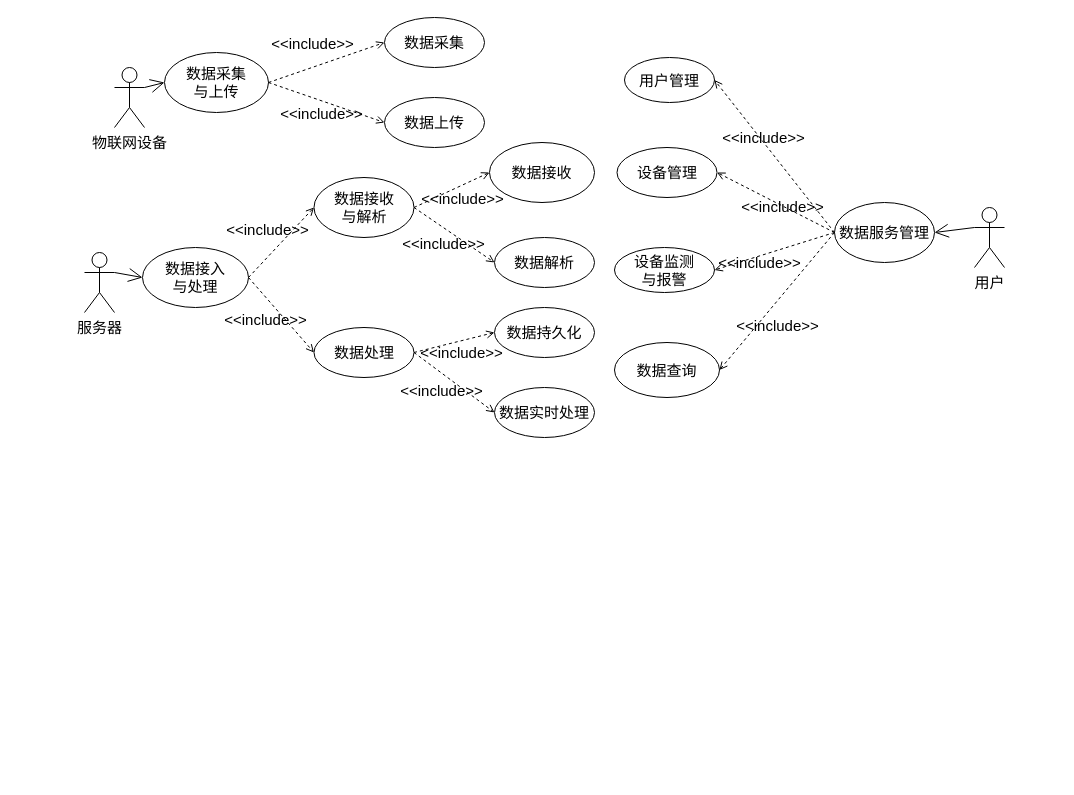
This is 总用例图2.drawio from zhaoning999/notes, a draw.io file, before an edit. Source tidied: cells renumbered, new cells numbered last; positions are measured from the earlier drawing's top-left corner, leaving out a move shared by most shapes. Both pictures are drawn from the tidied source at 100%, with x=0, y=0 at pixel (84, 17).
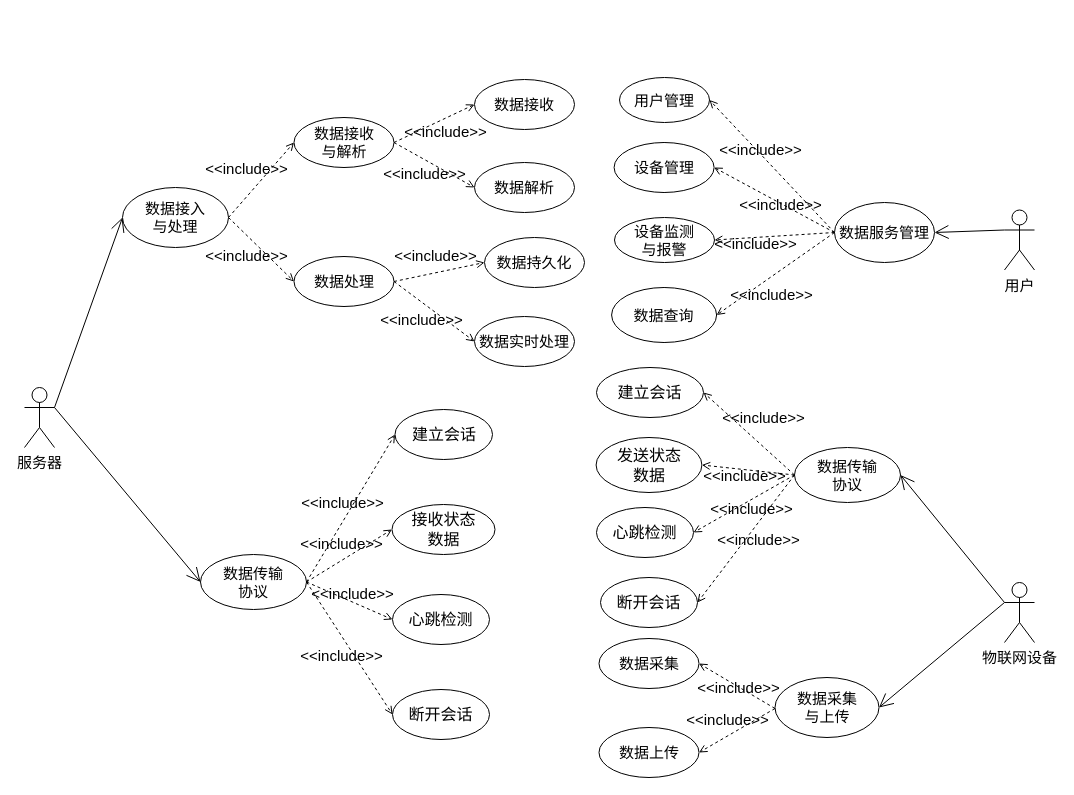
The same diagram, later.

Commit message:
更新总用例图2.drawio

The edit, as a diff of the source:
```diff
@@
-    <mxCell id="2" value="&lt;font style=&quot;font-size: 15px;&quot;&gt;物联网设备&lt;/font&gt;" style="shape=umlActor;verticalLabelPosition=bottom;verticalAlign=top;html=1;outlineConnect=0;fontSize=15;" parent="1" vertex="1">
-      <mxGeometry x="30" y="50" width="30" height="60" as="geometry" />
-    </mxCell>
-    <mxCell id="3" value="数据采集&lt;br style=&quot;font-size: 15px;&quot;&gt;与上传" style="ellipse;whiteSpace=wrap;html=1;fontSize=15;" parent="1" vertex="1">
-      <mxGeometry x="80" y="35" width="104" height="60" as="geometry" />
-    </mxCell>
-    <mxCell id="4" style="endArrow=open;endFill=1;endSize=12;html=1;rounded=0;fontSize=15;exitX=1;exitY=0.3333333333333333;exitDx=0;exitDy=0;exitPerimeter=0;entryX=0;entryY=0.5;entryDx=0;entryDy=0;" parent="1" edge="1" source="2" target="3">
-      <mxGeometry relative="1" as="geometry" />
-    </mxCell>
-    <mxCell id="5" value="&amp;lt;&amp;lt;include&amp;gt;&amp;gt;" style="html=1;verticalAlign=bottom;labelBackgroundColor=none;endArrow=open;endFill=0;dashed=1;rounded=0;fontSize=15;exitX=1;exitY=0.5;exitDx=0;exitDy=0;entryX=0;entryY=0.5;entryDx=0;entryDy=0;" parent="1" edge="1" source="3" target="6">
-      <mxGeometry x="-0.19" y="11" relative="1" as="geometry" />
-    </mxCell>
-    <mxCell id="6" value="数据采集" style="ellipse;whiteSpace=wrap;html=1;fontSize=15;" parent="1" vertex="1">
-      <mxGeometry x="300" width="100" height="50" as="geometry" />
-    </mxCell>
-    <mxCell id="7" style="edgeStyle=none;rounded=0;orthogonalLoop=1;jettySize=auto;html=1;entryX=0;entryY=0.5;entryDx=0;entryDy=0;fontSize=15;" parent="1" edge="1" source="6" target="6">
-      <mxGeometry relative="1" as="geometry" />
-    </mxCell>
-    <mxCell id="8" value="数据上传" style="ellipse;whiteSpace=wrap;html=1;fontSize=15;" parent="1" vertex="1">
-      <mxGeometry x="300" y="80" width="100" height="50" as="geometry" />
-    </mxCell>
-    <mxCell id="9" style="edgeStyle=none;rounded=0;orthogonalLoop=1;jettySize=auto;html=1;entryX=0;entryY=0.5;entryDx=0;entryDy=0;fontSize=15;" parent="1" edge="1" source="8" target="8">
-      <mxGeometry relative="1" as="geometry" />
-    </mxCell>
-    <mxCell id="10" value="&amp;lt;&amp;lt;include&amp;gt;&amp;gt;" style="html=1;verticalAlign=bottom;labelBackgroundColor=none;endArrow=open;endFill=0;dashed=1;rounded=0;fontSize=15;exitX=1;exitY=0.5;exitDx=0;exitDy=0;entryX=0;entryY=0.5;entryDx=0;entryDy=0;" parent="1" edge="1" source="3" target="8">
-      <mxGeometry x="0.04" y="-23" relative="1" as="geometry" />
-    </mxCell>
     <mxCell id="11" value="数据接入&lt;br style=&quot;font-size: 15px;&quot;&gt;与处理" style="ellipse;whiteSpace=wrap;html=1;fontSize=15;" parent="1" vertex="1">
-      <mxGeometry x="58" y="230" width="106" height="60" as="geometry" />
+      <mxGeometry x="38" y="170" width="106" height="60" as="geometry" />
     </mxCell>
@@
     <mxCell id="13" value="数据接收&lt;br style=&quot;font-size: 15px;&quot;&gt;与解析" style="ellipse;whiteSpace=wrap;html=1;fontSize=15;" parent="1" vertex="1">
-      <mxGeometry x="229.5" y="160" width="100" height="60" as="geometry" />
+      <mxGeometry x="209.5" y="100" width="100" height="50" as="geometry" />
     </mxCell>
@@
     <mxCell id="15" value="数据处理" style="ellipse;whiteSpace=wrap;html=1;fontSize=15;" parent="1" vertex="1">
-      <mxGeometry x="229.5" y="310" width="100" height="50" as="geometry" />
+      <mxGeometry x="209.5" y="239" width="100" height="50" as="geometry" />
     </mxCell>
@@
     <mxCell id="19" value="数据接收" style="ellipse;whiteSpace=wrap;html=1;fontSize=15;" parent="1" vertex="1">
-      <mxGeometry x="405" y="125" width="105" height="60" as="geometry" />
+      <mxGeometry x="390" y="62" width="100" height="50" as="geometry" />
     </mxCell>
@@
     <mxCell id="21" value="数据解析" style="ellipse;whiteSpace=wrap;html=1;fontSize=15;" parent="1" vertex="1">
-      <mxGeometry x="410" y="220" width="100" height="50" as="geometry" />
+      <mxGeometry x="390" y="145" width="100" height="50" as="geometry" />
     </mxCell>
@@
     <mxCell id="23" value="&amp;lt;&amp;lt;include&amp;gt;&amp;gt;" style="html=1;verticalAlign=bottom;labelBackgroundColor=none;endArrow=open;endFill=0;dashed=1;rounded=0;fontSize=15;exitX=1;exitY=0.5;exitDx=0;exitDy=0;entryX=0;entryY=0.5;entryDx=0;entryDy=0;" parent="1" edge="1" source="15" target="24">
-      <mxGeometry x="0.04" y="-23" relative="1" as="geometry" />
+      <mxGeometry x="-0.08" y="5" relative="1" as="geometry" />
     </mxCell>
     <mxCell id="24" value="数据持久化" style="ellipse;whiteSpace=wrap;html=1;fontSize=15;" parent="1" vertex="1">
-      <mxGeometry x="410" y="290" width="100" height="50" as="geometry" />
+      <mxGeometry x="400" y="220" width="100" height="50" as="geometry" />
     </mxCell>
     <mxCell id="25" value="数据实时处理" style="ellipse;whiteSpace=wrap;html=1;fontSize=15;" parent="1" vertex="1">
-      <mxGeometry x="410" y="370" width="100" height="50" as="geometry" />
+      <mxGeometry x="390" y="299" width="100" height="50" as="geometry" />
     </mxCell>
@@
     <mxCell id="28" value="&lt;font style=&quot;font-size: 15px;&quot;&gt;用户&lt;/font&gt;" style="shape=umlActor;verticalLabelPosition=bottom;verticalAlign=top;html=1;outlineConnect=0;fontSize=15;" parent="1" vertex="1">
-      <mxGeometry x="890" y="190" width="30" height="60" as="geometry" />
+      <mxGeometry x="920" y="192.5" width="30" height="60" as="geometry" />
     </mxCell>
@@
     <mxCell id="31" value="用户管理" style="ellipse;whiteSpace=wrap;html=1;fontSize=15;" parent="1" vertex="1">
-      <mxGeometry x="540" y="40" width="90" height="45" as="geometry" />
+      <mxGeometry x="535" y="60" width="90" height="45" as="geometry" />
     </mxCell>
     <mxCell id="32" value="设备管理" style="ellipse;whiteSpace=wrap;html=1;fontSize=15;" parent="1" vertex="1">
-      <mxGeometry x="532.5" y="130" width="100" height="50" as="geometry" />
+      <mxGeometry x="529.6" y="125" width="100" height="50" as="geometry" />
     </mxCell>
@@
     <mxCell id="34" value="设备监测&lt;br&gt;与报警" style="ellipse;whiteSpace=wrap;html=1;fontSize=15;" parent="1" vertex="1">
-      <mxGeometry x="530" y="230" width="100" height="45" as="geometry" />
+      <mxGeometry x="530" y="200" width="100" height="45" as="geometry" />
     </mxCell>
     <mxCell id="35" value="数据查询" style="ellipse;whiteSpace=wrap;html=1;fontSize=15;" parent="1" vertex="1">
-      <mxGeometry x="530" y="325" width="105" height="55" as="geometry" />
+      <mxGeometry x="527.1" y="270" width="105" height="55" as="geometry" />
     </mxCell>
@@
     <mxCell id="38" value="&lt;font style=&quot;font-size: 15px;&quot;&gt;服务器&lt;/font&gt;" style="shape=umlActor;verticalLabelPosition=bottom;verticalAlign=top;html=1;outlineConnect=0;fontSize=15;" parent="1" vertex="1">
-      <mxGeometry y="235" width="30" height="60" as="geometry" />
+      <mxGeometry x="-60" y="370" width="30" height="60" as="geometry" />
     </mxCell>
+    <mxCell id="39" value="数据传输&lt;br&gt;协议" style="ellipse;whiteSpace=wrap;html=1;fontSize=15;" parent="1" vertex="1">
+      <mxGeometry x="116" y="537" width="106" height="55" as="geometry" />
+    </mxCell>
+    <mxCell id="40" style="endArrow=open;endFill=1;endSize=12;html=1;rounded=0;fontSize=15;exitX=1;exitY=0.3333333333333333;exitDx=0;exitDy=0;exitPerimeter=0;entryX=0;entryY=0.5;entryDx=0;entryDy=0;" parent="1" edge="1" source="38" target="39">
+      <mxGeometry relative="1" as="geometry" />
+    </mxCell>
+    <mxCell id="41" value="建立会话" style="ellipse;whiteSpace=wrap;html=1;fontSize=16;" parent="1" vertex="1">
+      <mxGeometry x="310.5" y="392" width="97.5" height="50" as="geometry" />
+    </mxCell>
+    <mxCell id="42" value="接收状态&lt;br&gt;数据" style="ellipse;whiteSpace=wrap;html=1;fontSize=16;direction=west;" parent="1" vertex="1">
+      <mxGeometry x="307.5" y="487" width="103" height="50" as="geometry" />
+    </mxCell>
+    <mxCell id="43" value="心跳检测" style="ellipse;whiteSpace=wrap;html=1;fontSize=16;direction=west;" parent="1" vertex="1">
+      <mxGeometry x="308" y="577" width="97" height="50" as="geometry" />
+    </mxCell>
+    <mxCell id="44" value="断开会话" style="ellipse;whiteSpace=wrap;html=1;fontSize=16;direction=west;" parent="1" vertex="1">
+      <mxGeometry x="308" y="672" width="97" height="50" as="geometry" />
+    </mxCell>
+    <mxCell id="45" value="&amp;lt;&amp;lt;include&amp;gt;&amp;gt;" style="html=1;verticalAlign=bottom;labelBackgroundColor=none;endArrow=open;endFill=0;dashed=1;rounded=0;fontSize=15;exitX=1;exitY=0.5;exitDx=0;exitDy=0;entryX=0;entryY=0.5;entryDx=0;entryDy=0;" parent="1" edge="1" source="39" target="41">
+      <mxGeometry x="-0.12" y="4" relative="1" as="geometry" />
+    </mxCell>
+    <mxCell id="46" value="&amp;lt;&amp;lt;include&amp;gt;&amp;gt;" style="html=1;verticalAlign=bottom;labelBackgroundColor=none;endArrow=open;endFill=0;dashed=1;rounded=0;fontSize=15;exitX=1;exitY=0.5;exitDx=0;exitDy=0;entryX=1;entryY=0.5;entryDx=0;entryDy=0;" parent="1" edge="1" source="39" target="42">
+      <mxGeometry x="-0.12" y="4" relative="1" as="geometry" />
+    </mxCell>
+    <mxCell id="47" value="&amp;lt;&amp;lt;include&amp;gt;&amp;gt;" style="html=1;verticalAlign=bottom;labelBackgroundColor=none;endArrow=open;endFill=0;dashed=1;rounded=0;fontSize=15;exitX=1;exitY=0.5;exitDx=0;exitDy=0;entryX=1;entryY=0.5;entryDx=0;entryDy=0;" parent="1" edge="1" source="39" target="43">
+      <mxGeometry x="0.08" y="-3" relative="1" as="geometry" />
+    </mxCell>
+    <mxCell id="48" value="&amp;lt;&amp;lt;include&amp;gt;&amp;gt;" style="html=1;verticalAlign=bottom;labelBackgroundColor=none;endArrow=open;endFill=0;dashed=1;rounded=0;fontSize=15;exitX=1;exitY=0.5;exitDx=0;exitDy=0;entryX=1;entryY=0.5;entryDx=0;entryDy=0;" parent="1" edge="1" source="39" target="44">
+      <mxGeometry x="0.15" y="-17" relative="1" as="geometry" />
+    </mxCell>
+    <mxCell id="2" value="&lt;font style=&quot;font-size: 15px;&quot;&gt;物联网设备&lt;/font&gt;" style="shape=umlActor;verticalLabelPosition=bottom;verticalAlign=top;html=1;outlineConnect=0;fontSize=15;" parent="1" vertex="1">
+      <mxGeometry x="920" y="565" width="30" height="60" as="geometry" />
+    </mxCell>
+    <mxCell id="3" value="数据采集&lt;br style=&quot;font-size: 15px;&quot;&gt;与上传" style="ellipse;whiteSpace=wrap;html=1;fontSize=15;" parent="1" vertex="1">
+      <mxGeometry x="690.5" y="660" width="104" height="60" as="geometry" />
+    </mxCell>
+    <mxCell id="4" style="endArrow=open;endFill=1;endSize=12;html=1;rounded=0;fontSize=15;exitX=0;exitY=0.3333333333333333;exitDx=0;exitDy=0;exitPerimeter=0;entryX=1;entryY=0.5;entryDx=0;entryDy=0;" parent="1" edge="1" source="2" target="3">
+      <mxGeometry relative="1" as="geometry" />
+    </mxCell>
+    <mxCell id="49" value="&amp;lt;&amp;lt;include&amp;gt;&amp;gt;" style="html=1;verticalAlign=bottom;labelBackgroundColor=none;endArrow=open;endFill=0;dashed=1;rounded=0;fontSize=15;entryX=1;entryY=0.5;entryDx=0;entryDy=0;exitX=0;exitY=0.5;exitDx=0;exitDy=0;" parent="1" edge="1" target="6">
+      <mxGeometry x="-0.19" y="11" relative="1" as="geometry">
+        <mxPoint x="690.5" y="691" as="sourcePoint" />
+      </mxGeometry>
+    </mxCell>
+    <mxCell id="6" value="数据采集" style="ellipse;whiteSpace=wrap;html=1;fontSize=15;" parent="1" vertex="1">
+      <mxGeometry x="514.5" y="621" width="100" height="50" as="geometry" />
+    </mxCell>
+    <mxCell id="7" style="edgeStyle=none;rounded=0;orthogonalLoop=1;jettySize=auto;html=1;entryX=0;entryY=0.5;entryDx=0;entryDy=0;fontSize=15;" parent="1" edge="1" source="6" target="6">
+      <mxGeometry relative="1" as="geometry" />
+    </mxCell>
+    <mxCell id="8" value="数据上传" style="ellipse;whiteSpace=wrap;html=1;fontSize=15;" parent="1" vertex="1">
+      <mxGeometry x="514.5" y="710" width="100" height="50" as="geometry" />
+    </mxCell>
+    <mxCell id="9" style="edgeStyle=none;rounded=0;orthogonalLoop=1;jettySize=auto;html=1;entryX=0;entryY=0.5;entryDx=0;entryDy=0;fontSize=15;" parent="1" edge="1" source="8" target="8">
+      <mxGeometry relative="1" as="geometry" />
+    </mxCell>
+    <mxCell id="50" value="&amp;lt;&amp;lt;include&amp;gt;&amp;gt;" style="html=1;verticalAlign=bottom;labelBackgroundColor=none;endArrow=open;endFill=0;dashed=1;rounded=0;fontSize=15;entryX=1;entryY=0.5;entryDx=0;entryDy=0;exitX=0;exitY=0.5;exitDx=0;exitDy=0;" parent="1" edge="1" target="8">
+      <mxGeometry x="0.19" y="-4" relative="1" as="geometry">
+        <mxPoint x="690.5" y="691" as="sourcePoint" />
+      </mxGeometry>
+    </mxCell>
+    <mxCell id="51" value="数据传输&lt;br&gt;协议" style="ellipse;whiteSpace=wrap;html=1;fontSize=15;" parent="1" vertex="1">
+      <mxGeometry x="710" y="430" width="106" height="55" as="geometry" />
+    </mxCell>
+    <mxCell id="52" value="建立会话" style="ellipse;whiteSpace=wrap;html=1;fontSize=16;" parent="1" vertex="1">
+      <mxGeometry x="512" y="350" width="107" height="50" as="geometry" />
+    </mxCell>
+    <mxCell id="53" value="发送状态&lt;br&gt;数据" style="ellipse;whiteSpace=wrap;html=1;fontSize=16;" parent="1" vertex="1">
+      <mxGeometry x="511.6" y="420" width="105.8" height="55" as="geometry" />
+    </mxCell>
+    <mxCell id="54" value="心跳检测" style="ellipse;whiteSpace=wrap;html=1;fontSize=16;" parent="1" vertex="1">
+      <mxGeometry x="512" y="490" width="97" height="50" as="geometry" />
+    </mxCell>
+    <mxCell id="55" value="断开会话" style="ellipse;whiteSpace=wrap;html=1;fontSize=16;" parent="1" vertex="1">
+      <mxGeometry x="516" y="560" width="97" height="50" as="geometry" />
+    </mxCell>
+    <mxCell id="56" style="endArrow=open;endFill=1;endSize=12;html=1;rounded=0;fontSize=15;exitX=0;exitY=0.3333333333333333;exitDx=0;exitDy=0;exitPerimeter=0;entryX=1;entryY=0.5;entryDx=0;entryDy=0;" parent="1" edge="1" source="2" target="51">
+      <mxGeometry relative="1" as="geometry" />
+    </mxCell>
+    <mxCell id="57" value="&amp;lt;&amp;lt;include&amp;gt;&amp;gt;" style="html=1;verticalAlign=bottom;labelBackgroundColor=none;endArrow=open;endFill=0;dashed=1;rounded=0;fontSize=15;exitX=0;exitY=0.5;exitDx=0;exitDy=0;entryX=1;entryY=0.5;entryDx=0;entryDy=0;" parent="1" edge="1" source="51" target="52">
+      <mxGeometry x="-0.12" y="-13" relative="1" as="geometry" />
+    </mxCell>
+    <mxCell id="58" value="&amp;lt;&amp;lt;include&amp;gt;&amp;gt;" style="html=1;verticalAlign=bottom;labelBackgroundColor=none;endArrow=open;endFill=0;dashed=1;rounded=0;fontSize=15;exitX=0;exitY=0.5;exitDx=0;exitDy=0;entryX=1;entryY=0.5;entryDx=0;entryDy=0;" parent="1" edge="1" source="51" target="53">
+      <mxGeometry x="0.04" y="18" relative="1" as="geometry" />
+    </mxCell>
+    <mxCell id="59" value="&amp;lt;&amp;lt;include&amp;gt;&amp;gt;" style="html=1;verticalAlign=bottom;labelBackgroundColor=none;endArrow=open;endFill=0;dashed=1;rounded=0;fontSize=15;exitX=0;exitY=0.5;exitDx=0;exitDy=0;entryX=1;entryY=0.5;entryDx=0;entryDy=0;" parent="1" edge="1" source="51" target="54">
+      <mxGeometry x="0.04" y="18" relative="1" as="geometry" />
+    </mxCell>
+    <mxCell id="60" value="&amp;lt;&amp;lt;include&amp;gt;&amp;gt;" style="html=1;verticalAlign=bottom;labelBackgroundColor=none;endArrow=open;endFill=0;dashed=1;rounded=0;fontSize=15;exitX=0;exitY=0.5;exitDx=0;exitDy=0;entryX=1;entryY=0.5;entryDx=0;entryDy=0;" parent="1" edge="1" source="51" target="55">
+      <mxGeometry x="0.04" y="18" relative="1" as="geometry" />
+    </mxCell>
```
